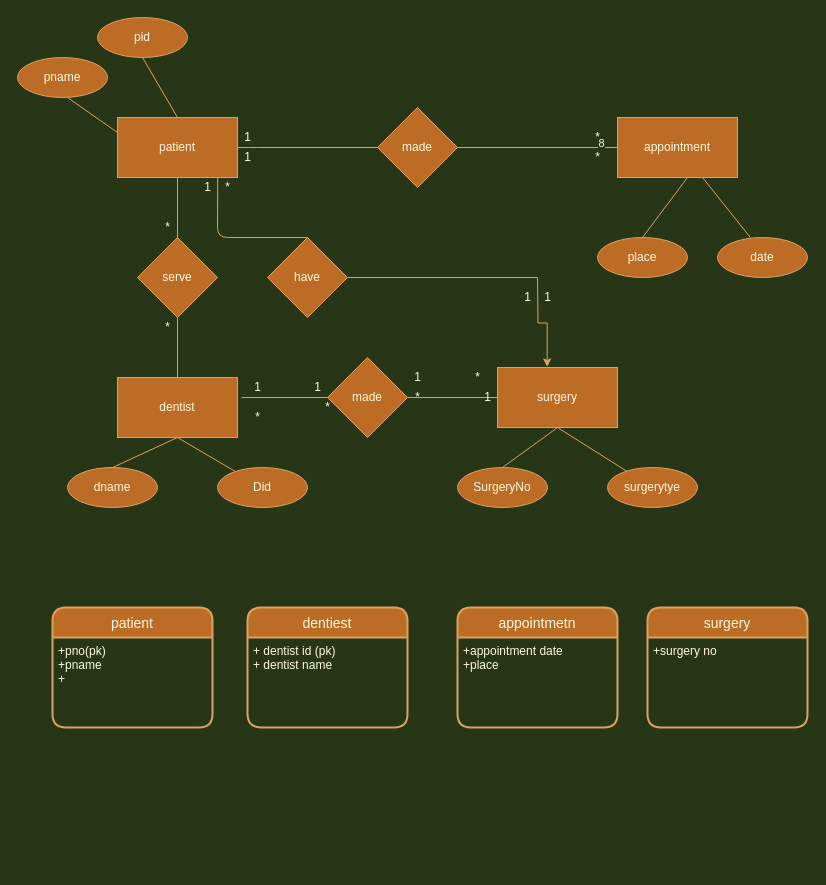
This is Untitled Diagram.drawio from reddaGz/CS_418Database, a draw.io file, before an edit. Source tidied: cells renumbered, new cells numbered last; positions are measured from the earlier drawing's top-left corner, leaving out a move shared by most shapes. Both pictures are drawn from the tidied source at 100%, with x=0, y=0 at pixel (17, 17).
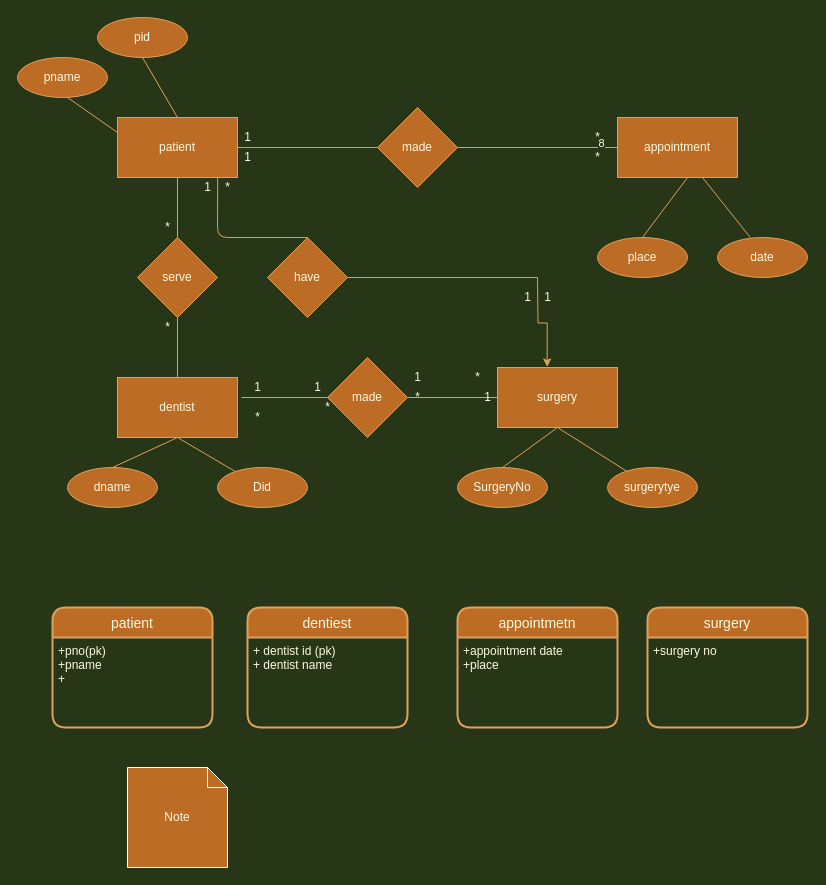
After the change.

The edit, as a diff of the source:
```diff
@@
+    <mxCell id="62" value="Note" style="shape=note;size=20;whiteSpace=wrap;html=1;rounded=0;sketch=0;strokeColor=#FFFFFF;fillColor=#BC6C25;fontColor=#FEFAE0;" parent="1" vertex="1">
+      <mxGeometry x="110" y="750" width="100" height="100" as="geometry" />
+    </mxCell>
```
